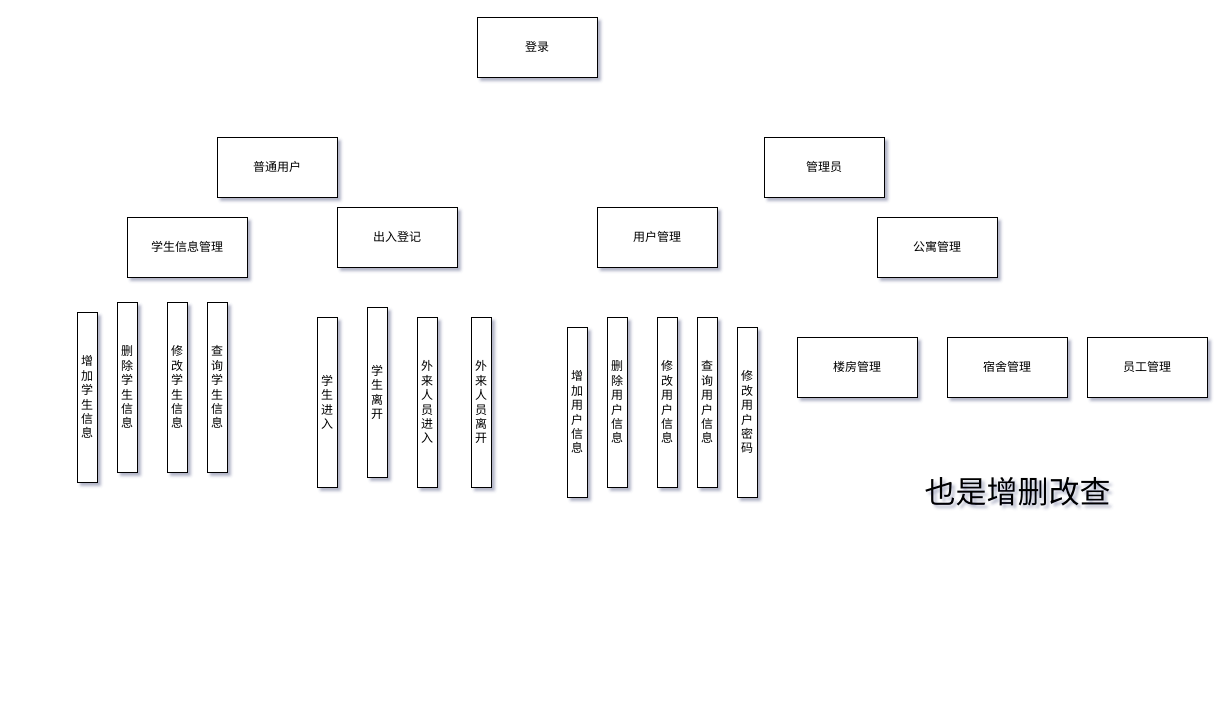
Earlier version of the draw.io diagram dormsys/note/sys.drawio (Canwaiting/note). Source tidied: cells renumbered, new cells numbered last; positions are measured from the earlier drawing's top-left corner, leaving out a move shared by most shapes. Both pictures are drawn from the tidied source at 100%, with x=0, y=0 at pixel (77, 17).
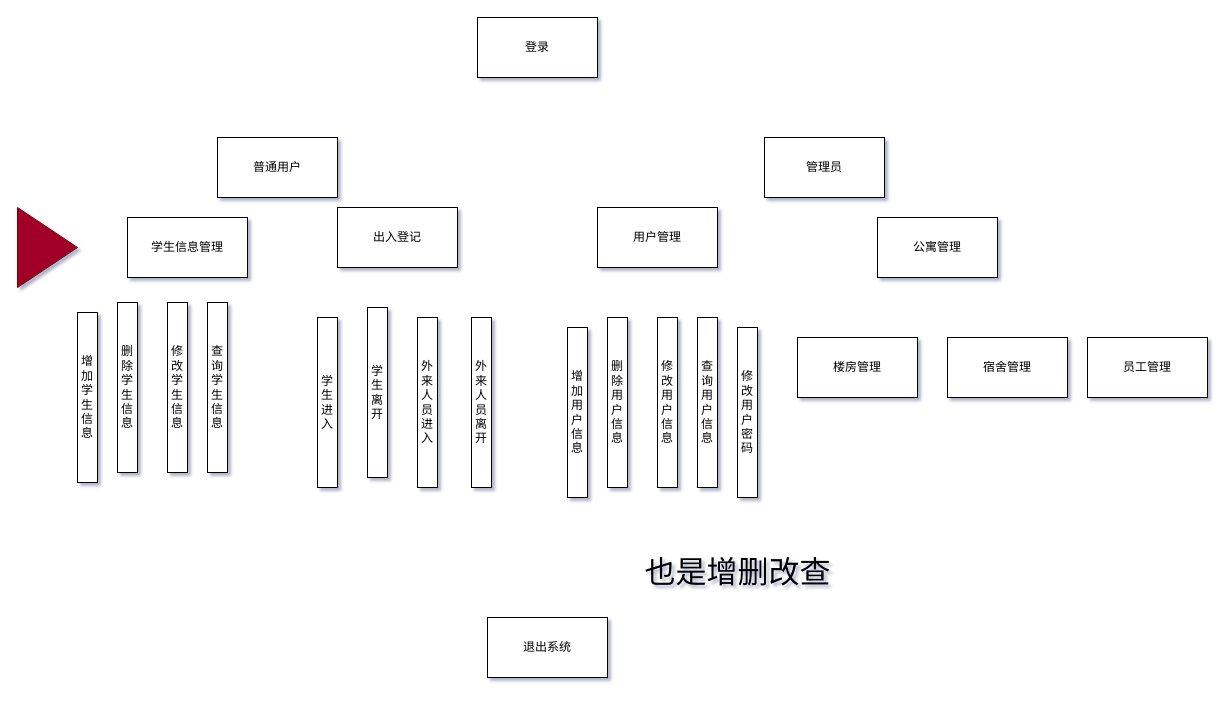
The same page after the edit.

Change to the diagram source:
```diff
@@
     <mxCell id="25" value="也是增删改查" style="text;html=1;align=center;verticalAlign=middle;strokeColor=none;fontColor=#000000;fontSize=31;" parent="1" vertex="1">
-      <mxGeometry x="840" y="455" width="200" height="40" as="geometry" />
+      <mxGeometry x="560" y="535" width="200" height="40" as="geometry" />
     </mxCell>
+    <mxCell id="26" value="退出系统" style="whiteSpace=wrap;html=1;" parent="1" vertex="1">
+      <mxGeometry x="410" y="600" width="120" height="60" as="geometry" />
+    </mxCell>
+    <mxCell id="27" style="triangle;whiteSpace=wrap;html=1;fillColor=#a20025;strokeColor=#6F0000;fontColor=#ffffff;" parent="1" vertex="1">
+      <mxGeometry x="-60" y="190" width="60" height="80" as="geometry" />
+    </mxCell>
```
